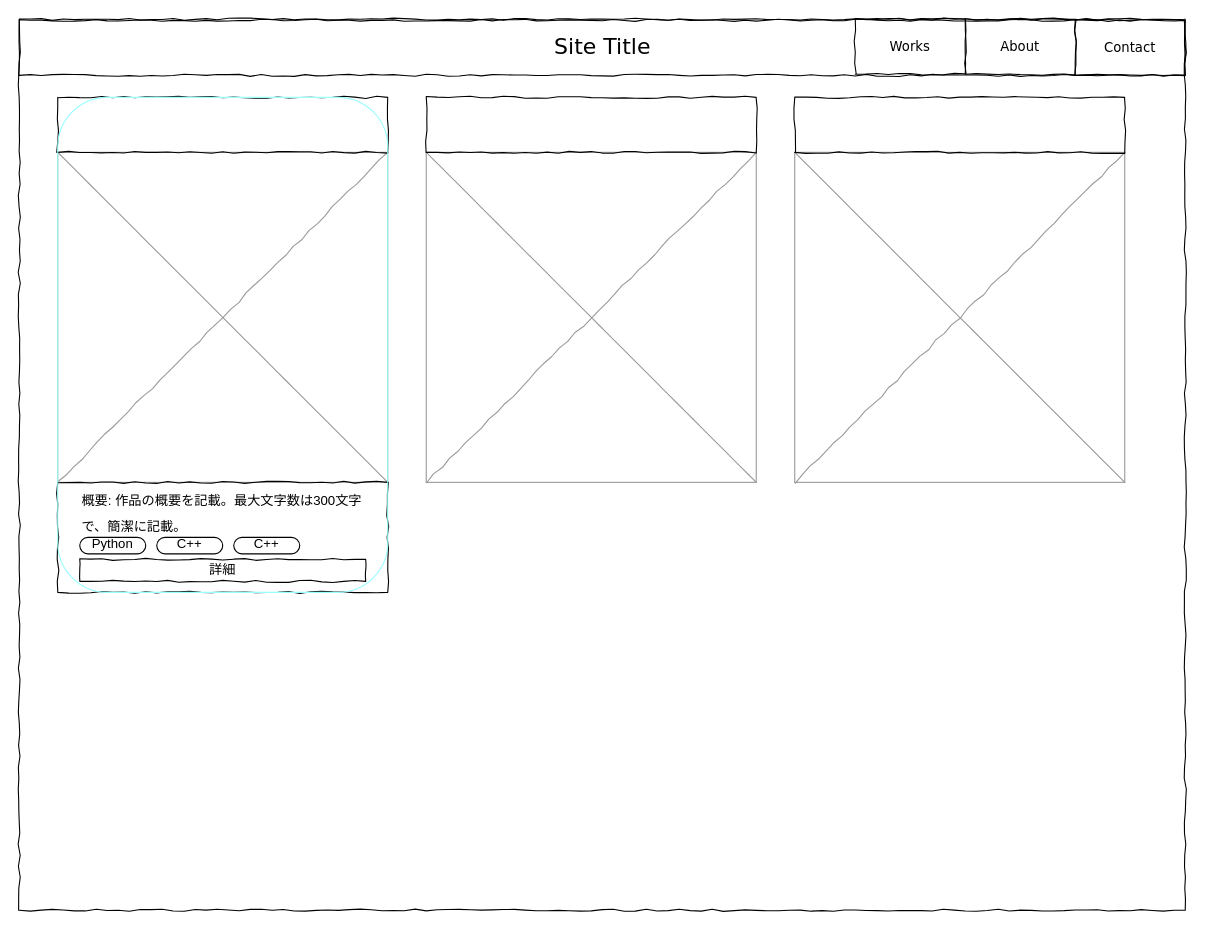
The draw.io diagram page "ページ2" (2 of 2) of documents/wireframe.drawio in kchihogi/portfolio, before the edit. Source tidied: cells renumbered, new cells numbered last; positions are measured from the earlier drawing's top-left corner, leaving out a move shared by most shapes. Both pictures are drawn from the tidied source at 110%, with x=0, y=0 at pixel (19, 19).
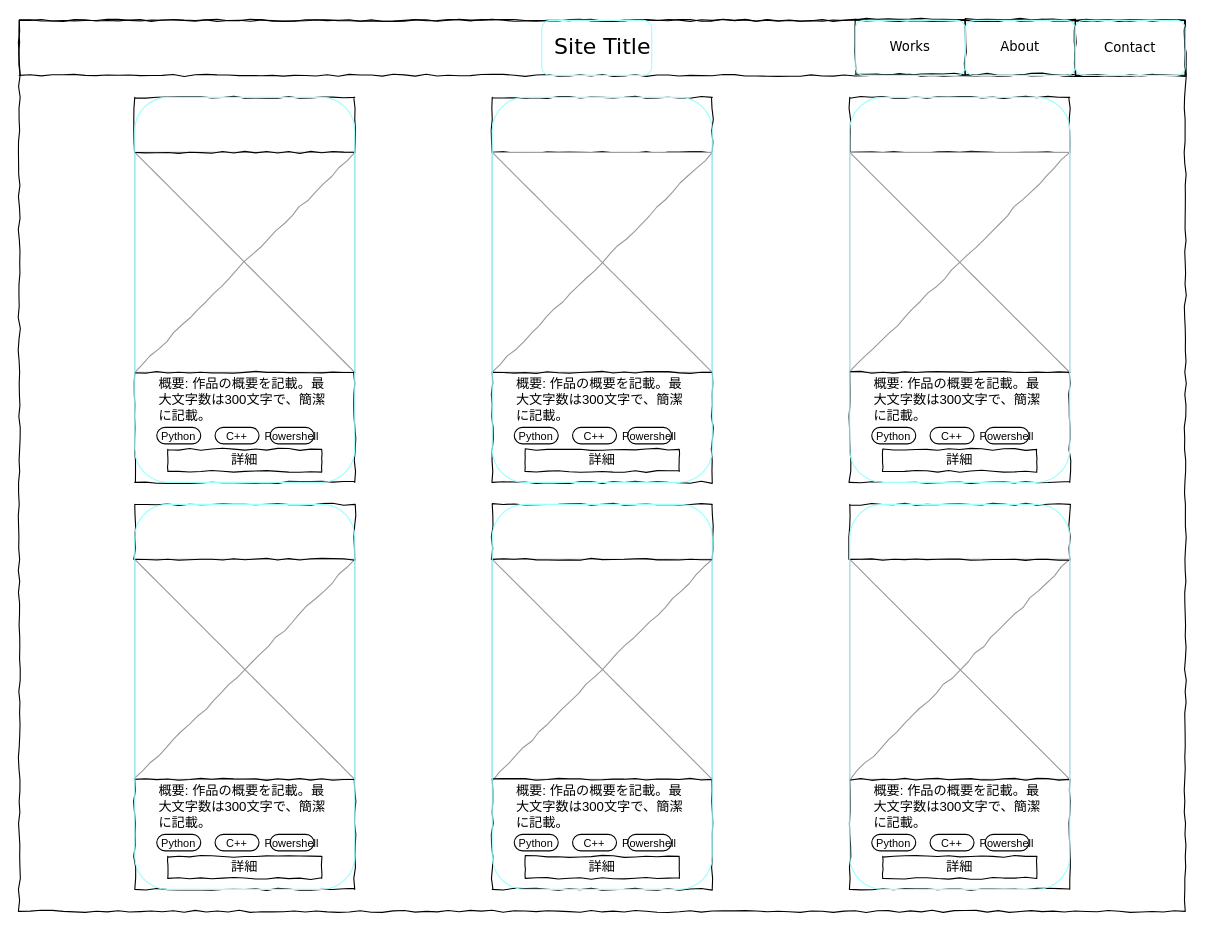
The same diagram, later.

What changed in the source:
```diff
@@
     <mxCell id="2" style="whiteSpace=wrap;html=1;rounded=0;shadow=0;labelBackgroundColor=none;strokeColor=#000000;strokeWidth=1;fillColor=none;fontFamily=Verdana;fontSize=12;fontColor=#000000;align=center;comic=1;" parent="1" vertex="1">
-      <mxGeometry width="1060" height="810" as="geometry" />
+      <mxGeometry y="1" width="1060" height="810" as="geometry" />
     </mxCell>
@@
     <mxCell id="8" style="verticalLabelPosition=bottom;shadow=0;dashed=0;align=center;html=1;verticalAlign=top;strokeWidth=1;shape=mxgraph.mockup.graphics.simpleIcon;strokeColor=#999999;rounded=0;labelBackgroundColor=none;fontFamily=Verdana;fontSize=14;fontColor=#000000;comic=1;" parent="1" vertex="1">
-      <mxGeometry x="35" y="121" width="300" height="300" as="geometry" />
+      <mxGeometry x="105" y="121" width="200" height="200" as="geometry" />
     </mxCell>
-    <mxCell id="9" style="verticalLabelPosition=bottom;shadow=0;dashed=0;align=center;html=1;verticalAlign=top;strokeWidth=1;shape=mxgraph.mockup.graphics.simpleIcon;strokeColor=#999999;rounded=0;labelBackgroundColor=none;fontFamily=Verdana;fontSize=14;fontColor=#000000;comic=1;" parent="1" vertex="1">
-      <mxGeometry x="705" y="121" width="300" height="300" as="geometry" />
-    </mxCell>
-    <mxCell id="10" style="verticalLabelPosition=bottom;shadow=0;dashed=0;align=center;html=1;verticalAlign=top;strokeWidth=1;shape=mxgraph.mockup.graphics.simpleIcon;strokeColor=#999999;rounded=0;labelBackgroundColor=none;fontFamily=Verdana;fontSize=14;fontColor=#000000;comic=1;" parent="1" vertex="1">
-      <mxGeometry x="370" y="121" width="300" height="300" as="geometry" />
-    </mxCell>
     <mxCell id="11" style="whiteSpace=wrap;html=1;rounded=0;shadow=0;labelBackgroundColor=none;strokeWidth=1;fillColor=none;fontFamily=Verdana;fontSize=12;align=center;comic=1;" parent="1" vertex="1">
-      <mxGeometry x="35" y="71" width="300" height="50" as="geometry" />
+      <mxGeometry x="105" y="71" width="200" height="50" as="geometry" />
     </mxCell>
-    <mxCell id="12" style="whiteSpace=wrap;html=1;rounded=0;shadow=0;labelBackgroundColor=none;strokeWidth=1;fillColor=none;fontFamily=Verdana;fontSize=12;align=center;comic=1;" parent="1" vertex="1">
-      <mxGeometry x="370" y="71" width="300" height="50" as="geometry" />
-    </mxCell>
     <mxCell id="13" style="whiteSpace=wrap;html=1;rounded=0;shadow=0;labelBackgroundColor=none;strokeWidth=1;fillColor=none;fontFamily=Verdana;fontSize=12;align=center;comic=1;" parent="1" vertex="1">
-      <mxGeometry x="705" y="71" width="300" height="50" as="geometry" />
+      <mxGeometry x="755" y="71" width="200" height="50" as="geometry" />
     </mxCell>
     <mxCell id="14" style="whiteSpace=wrap;html=1;rounded=0;shadow=0;labelBackgroundColor=none;strokeWidth=1;fillColor=none;fontFamily=Verdana;fontSize=12;align=center;comic=1;" parent="1" vertex="1">
-      <mxGeometry x="35" y="421" width="300" height="100" as="geometry" />
+      <mxGeometry x="105" y="321" width="200" height="100" as="geometry" />
     </mxCell>
     <mxCell id="15" value="詳細" style="whiteSpace=wrap;html=1;rounded=0;shadow=0;labelBackgroundColor=none;strokeWidth=1;fillColor=none;fontFamily=Verdana;fontSize=12;align=center;comic=1;" parent="1" vertex="1">
-      <mxGeometry x="55" y="491" width="260" height="20" as="geometry" />
+      <mxGeometry x="135" y="391" width="140" height="20" as="geometry" />
     </mxCell>
-    <mxCell id="16" value="&lt;font style=&quot;font-size: 12px&quot;&gt;Python&lt;/font&gt;" style="rounded=1;whiteSpace=wrap;html=1;fontSize=20;align=center;arcSize=50;imageHeight=24;verticalAlign=bottom;spacing=0;" parent="1" vertex="1">
-      <mxGeometry x="55" y="471" width="60" height="15" as="geometry" />
+    <mxCell id="16" value="Powershell" style="rounded=1;fontSize=10;align=center;arcSize=50;imageHeight=24;verticalAlign=bottom;spacing=0;" parent="1" vertex="1">
+      <mxGeometry x="228" y="371" width="40" height="15" as="geometry" />
     </mxCell>
-    <mxCell id="17" value="&lt;font style=&quot;font-size: 12px&quot;&gt;C++&lt;/font&gt;" style="rounded=1;whiteSpace=wrap;html=1;fontSize=20;align=center;arcSize=50;imageHeight=24;verticalAlign=bottom;spacing=0;" parent="1" vertex="1">
-      <mxGeometry x="125" y="471" width="60" height="15" as="geometry" />
-    </mxCell>
-    <mxCell id="18" value="&lt;font style=&quot;font-size: 12px&quot;&gt;C++&lt;/font&gt;" style="rounded=1;whiteSpace=wrap;html=1;fontSize=20;align=center;arcSize=50;imageHeight=24;verticalAlign=bottom;spacing=0;" parent="1" vertex="1">
-      <mxGeometry x="195" y="471" width="60" height="15" as="geometry" />
-    </mxCell>
-    <mxCell id="19" value="&lt;font style=&quot;font-size: 12px&quot;&gt;概要: 作品の概要を記載。最大文字数は300文字で、簡潔に記載。&lt;/font&gt;" style="text;html=1;strokeColor=none;fillColor=none;align=left;verticalAlign=middle;whiteSpace=wrap;rounded=0;fontSize=20;" parent="1" vertex="1">
-      <mxGeometry x="55" y="421" width="260" height="50" as="geometry" />
+    <mxCell id="19" value="概要: 作品の概要を記載。最大文字数は300文字で、簡潔に記載。" style="text;strokeColor=none;fillColor=none;align=left;verticalAlign=middle;rounded=0;fontSize=12;whiteSpace=wrap;" parent="1" vertex="1">
+      <mxGeometry x="125" y="321" width="160" height="50" as="geometry" />
     </mxCell>
-    <mxCell id="20" style="rounded=1;whiteSpace=wrap;html=1;fontSize=20;align=left;strokeColor=#99FFFF;fillColor=none;" parent="1" vertex="1">
-      <mxGeometry x="35" y="71" width="300" height="450" as="geometry" />
-    </mxCell>
+    <mxCell id="21" style="whiteSpace=wrap;html=1;rounded=0;shadow=0;labelBackgroundColor=none;strokeWidth=1;fillColor=none;fontFamily=Verdana;fontSize=12;align=center;comic=1;" parent="1" vertex="1">
+      <mxGeometry x="430" y="71" width="200" height="50" as="geometry" />
+    </mxCell>
+    <mxCell id="22" style="verticalLabelPosition=bottom;shadow=0;dashed=0;align=center;html=1;verticalAlign=top;strokeWidth=1;shape=mxgraph.mockup.graphics.simpleIcon;strokeColor=#999999;rounded=0;labelBackgroundColor=none;fontFamily=Verdana;fontSize=14;fontColor=#000000;comic=1;" parent="1" vertex="1">
+      <mxGeometry x="430" y="121" width="200" height="200" as="geometry" />
+    </mxCell>
+    <mxCell id="23" style="verticalLabelPosition=bottom;shadow=0;dashed=0;align=center;html=1;verticalAlign=top;strokeWidth=1;shape=mxgraph.mockup.graphics.simpleIcon;strokeColor=#999999;rounded=0;labelBackgroundColor=none;fontFamily=Verdana;fontSize=14;fontColor=#000000;comic=1;" parent="1" vertex="1">
+      <mxGeometry x="755" y="121" width="200" height="200" as="geometry" />
+    </mxCell>
+    <mxCell id="24" style="verticalLabelPosition=bottom;shadow=0;dashed=0;align=center;html=1;verticalAlign=top;strokeWidth=1;shape=mxgraph.mockup.graphics.simpleIcon;strokeColor=#999999;rounded=0;labelBackgroundColor=none;fontFamily=Verdana;fontSize=14;fontColor=#000000;comic=1;" parent="1" vertex="1">
+      <mxGeometry x="105" y="491" width="200" height="200" as="geometry" />
+    </mxCell>
+    <mxCell id="25" style="whiteSpace=wrap;html=1;rounded=0;shadow=0;labelBackgroundColor=none;strokeWidth=1;fillColor=none;fontFamily=Verdana;fontSize=12;align=center;comic=1;" parent="1" vertex="1">
+      <mxGeometry x="105" y="441" width="200" height="50" as="geometry" />
+    </mxCell>
+    <mxCell id="26" style="whiteSpace=wrap;html=1;rounded=0;shadow=0;labelBackgroundColor=none;strokeWidth=1;fillColor=none;fontFamily=Verdana;fontSize=12;align=center;comic=1;" parent="1" vertex="1">
+      <mxGeometry x="105" y="691" width="200" height="100" as="geometry" />
+    </mxCell>
+    <mxCell id="27" style="whiteSpace=wrap;html=1;rounded=0;shadow=0;labelBackgroundColor=none;strokeWidth=1;fillColor=none;fontFamily=Verdana;fontSize=12;align=center;comic=1;" parent="1" vertex="1">
+      <mxGeometry x="430" y="321" width="200" height="100" as="geometry" />
+    </mxCell>
+    <mxCell id="28" style="whiteSpace=wrap;html=1;rounded=0;shadow=0;labelBackgroundColor=none;strokeWidth=1;fillColor=none;fontFamily=Verdana;fontSize=12;align=center;comic=1;" parent="1" vertex="1">
+      <mxGeometry x="755" y="321" width="200" height="100" as="geometry" />
+    </mxCell>
+    <mxCell id="29" value="C++" style="rounded=1;fontSize=10;align=center;arcSize=50;imageHeight=24;verticalAlign=bottom;spacing=0;" parent="1" vertex="1">
+      <mxGeometry x="178" y="371" width="40" height="15" as="geometry" />
+    </mxCell>
+    <mxCell id="30" value="Python" style="rounded=1;fontSize=10;align=center;arcSize=50;imageHeight=24;verticalAlign=bottom;spacing=0;" parent="1" vertex="1">
+      <mxGeometry x="125" y="371" width="40" height="15" as="geometry" />
+    </mxCell>
+    <mxCell id="31" value="詳細" style="whiteSpace=wrap;html=1;rounded=0;shadow=0;labelBackgroundColor=none;strokeWidth=1;fillColor=none;fontFamily=Verdana;fontSize=12;align=center;comic=1;" parent="1" vertex="1">
+      <mxGeometry x="460" y="391" width="140" height="20" as="geometry" />
+    </mxCell>
+    <mxCell id="32" value="詳細" style="whiteSpace=wrap;html=1;rounded=0;shadow=0;labelBackgroundColor=none;strokeWidth=1;fillColor=none;fontFamily=Verdana;fontSize=12;align=center;comic=1;" parent="1" vertex="1">
+      <mxGeometry x="785" y="391" width="140" height="20" as="geometry" />
+    </mxCell>
+    <mxCell id="33" value="詳細" style="whiteSpace=wrap;html=1;rounded=0;shadow=0;labelBackgroundColor=none;strokeWidth=1;fillColor=none;fontFamily=Verdana;fontSize=12;align=center;comic=1;" parent="1" vertex="1">
+      <mxGeometry x="135" y="761" width="140" height="20" as="geometry" />
+    </mxCell>
+    <mxCell id="34" value="Powershell" style="rounded=1;fontSize=10;align=center;arcSize=50;imageHeight=24;verticalAlign=bottom;spacing=0;" parent="1" vertex="1">
+      <mxGeometry x="553" y="371" width="40" height="15" as="geometry" />
+    </mxCell>
+    <mxCell id="35" value="概要: 作品の概要を記載。最大文字数は300文字で、簡潔に記載。" style="text;strokeColor=none;fillColor=none;align=left;verticalAlign=middle;rounded=0;fontSize=12;whiteSpace=wrap;" parent="1" vertex="1">
+      <mxGeometry x="450" y="321" width="160" height="50" as="geometry" />
+    </mxCell>
+    <mxCell id="36" value="C++" style="rounded=1;fontSize=10;align=center;arcSize=50;imageHeight=24;verticalAlign=bottom;spacing=0;" parent="1" vertex="1">
+      <mxGeometry x="503" y="371" width="40" height="15" as="geometry" />
+    </mxCell>
+    <mxCell id="37" value="Python" style="rounded=1;fontSize=10;align=center;arcSize=50;imageHeight=24;verticalAlign=bottom;spacing=0;" parent="1" vertex="1">
+      <mxGeometry x="450" y="371" width="40" height="15" as="geometry" />
+    </mxCell>
+    <mxCell id="38" value="Powershell" style="rounded=1;fontSize=10;align=center;arcSize=50;imageHeight=24;verticalAlign=bottom;spacing=0;" parent="1" vertex="1">
+      <mxGeometry x="878" y="371" width="40" height="15" as="geometry" />
+    </mxCell>
+    <mxCell id="39" value="概要: 作品の概要を記載。最大文字数は300文字で、簡潔に記載。" style="text;strokeColor=none;fillColor=none;align=left;verticalAlign=middle;rounded=0;fontSize=12;whiteSpace=wrap;" parent="1" vertex="1">
+      <mxGeometry x="775" y="321" width="160" height="50" as="geometry" />
+    </mxCell>
+    <mxCell id="40" value="C++" style="rounded=1;fontSize=10;align=center;arcSize=50;imageHeight=24;verticalAlign=bottom;spacing=0;" parent="1" vertex="1">
+      <mxGeometry x="828" y="371" width="40" height="15" as="geometry" />
+    </mxCell>
+    <mxCell id="41" value="Python" style="rounded=1;fontSize=10;align=center;arcSize=50;imageHeight=24;verticalAlign=bottom;spacing=0;" parent="1" vertex="1">
+      <mxGeometry x="775" y="371" width="40" height="15" as="geometry" />
+    </mxCell>
+    <mxCell id="42" value="Powershell" style="rounded=1;fontSize=10;align=center;arcSize=50;imageHeight=24;verticalAlign=bottom;spacing=0;" parent="1" vertex="1">
+      <mxGeometry x="228" y="741" width="40" height="15" as="geometry" />
+    </mxCell>
+    <mxCell id="43" value="概要: 作品の概要を記載。最大文字数は300文字で、簡潔に記載。" style="text;strokeColor=none;fillColor=none;align=left;verticalAlign=middle;rounded=0;fontSize=12;whiteSpace=wrap;" parent="1" vertex="1">
+      <mxGeometry x="125" y="691" width="160" height="50" as="geometry" />
+    </mxCell>
+    <mxCell id="44" value="C++" style="rounded=1;fontSize=10;align=center;arcSize=50;imageHeight=24;verticalAlign=bottom;spacing=0;" parent="1" vertex="1">
+      <mxGeometry x="178" y="741" width="40" height="15" as="geometry" />
+    </mxCell>
+    <mxCell id="45" value="Python" style="rounded=1;fontSize=10;align=center;arcSize=50;imageHeight=24;verticalAlign=bottom;spacing=0;" parent="1" vertex="1">
+      <mxGeometry x="125" y="741" width="40" height="15" as="geometry" />
+    </mxCell>
+    <mxCell id="46" style="verticalLabelPosition=bottom;shadow=0;dashed=0;align=center;html=1;verticalAlign=top;strokeWidth=1;shape=mxgraph.mockup.graphics.simpleIcon;strokeColor=#999999;rounded=0;labelBackgroundColor=none;fontFamily=Verdana;fontSize=14;fontColor=#000000;comic=1;" parent="1" vertex="1">
+      <mxGeometry x="430" y="491" width="200" height="200" as="geometry" />
+    </mxCell>
+    <mxCell id="47" style="whiteSpace=wrap;html=1;rounded=0;shadow=0;labelBackgroundColor=none;strokeWidth=1;fillColor=none;fontFamily=Verdana;fontSize=12;align=center;comic=1;" parent="1" vertex="1">
+      <mxGeometry x="430" y="441" width="200" height="50" as="geometry" />
+    </mxCell>
+    <mxCell id="48" style="whiteSpace=wrap;html=1;rounded=0;shadow=0;labelBackgroundColor=none;strokeWidth=1;fillColor=none;fontFamily=Verdana;fontSize=12;align=center;comic=1;" parent="1" vertex="1">
+      <mxGeometry x="430" y="691" width="200" height="100" as="geometry" />
+    </mxCell>
+    <mxCell id="49" value="詳細" style="whiteSpace=wrap;html=1;rounded=0;shadow=0;labelBackgroundColor=none;strokeWidth=1;fillColor=none;fontFamily=Verdana;fontSize=12;align=center;comic=1;" parent="1" vertex="1">
+      <mxGeometry x="460" y="761" width="140" height="20" as="geometry" />
+    </mxCell>
+    <mxCell id="50" value="Powershell" style="rounded=1;fontSize=10;align=center;arcSize=50;imageHeight=24;verticalAlign=bottom;spacing=0;" parent="1" vertex="1">
+      <mxGeometry x="553" y="741" width="40" height="15" as="geometry" />
+    </mxCell>
+    <mxCell id="51" value="概要: 作品の概要を記載。最大文字数は300文字で、簡潔に記載。" style="text;strokeColor=none;fillColor=none;align=left;verticalAlign=middle;rounded=0;fontSize=12;whiteSpace=wrap;" parent="1" vertex="1">
+      <mxGeometry x="450" y="691" width="160" height="50" as="geometry" />
+    </mxCell>
+    <mxCell id="52" value="C++" style="rounded=1;fontSize=10;align=center;arcSize=50;imageHeight=24;verticalAlign=bottom;spacing=0;" parent="1" vertex="1">
+      <mxGeometry x="503" y="741" width="40" height="15" as="geometry" />
+    </mxCell>
+    <mxCell id="53" value="Python" style="rounded=1;fontSize=10;align=center;arcSize=50;imageHeight=24;verticalAlign=bottom;spacing=0;" parent="1" vertex="1">
+      <mxGeometry x="450" y="741" width="40" height="15" as="geometry" />
+    </mxCell>
+    <mxCell id="54" style="verticalLabelPosition=bottom;shadow=0;dashed=0;align=center;html=1;verticalAlign=top;strokeWidth=1;shape=mxgraph.mockup.graphics.simpleIcon;strokeColor=#999999;rounded=0;labelBackgroundColor=none;fontFamily=Verdana;fontSize=14;fontColor=#000000;comic=1;" parent="1" vertex="1">
+      <mxGeometry x="755" y="491" width="200" height="200" as="geometry" />
+    </mxCell>
+    <mxCell id="55" style="whiteSpace=wrap;html=1;rounded=0;shadow=0;labelBackgroundColor=none;strokeWidth=1;fillColor=none;fontFamily=Verdana;fontSize=12;align=center;comic=1;" parent="1" vertex="1">
+      <mxGeometry x="755" y="441" width="200" height="50" as="geometry" />
+    </mxCell>
+    <mxCell id="56" style="whiteSpace=wrap;html=1;rounded=0;shadow=0;labelBackgroundColor=none;strokeWidth=1;fillColor=none;fontFamily=Verdana;fontSize=12;align=center;comic=1;" parent="1" vertex="1">
+      <mxGeometry x="755" y="691" width="200" height="100" as="geometry" />
+    </mxCell>
+    <mxCell id="57" value="詳細" style="whiteSpace=wrap;html=1;rounded=0;shadow=0;labelBackgroundColor=none;strokeWidth=1;fillColor=none;fontFamily=Verdana;fontSize=12;align=center;comic=1;" parent="1" vertex="1">
+      <mxGeometry x="785" y="761" width="140" height="20" as="geometry" />
+    </mxCell>
+    <mxCell id="58" value="Powershell" style="rounded=1;fontSize=10;align=center;arcSize=50;imageHeight=24;verticalAlign=bottom;spacing=0;" parent="1" vertex="1">
+      <mxGeometry x="878" y="741" width="40" height="15" as="geometry" />
+    </mxCell>
+    <mxCell id="59" value="概要: 作品の概要を記載。最大文字数は300文字で、簡潔に記載。" style="text;strokeColor=none;fillColor=none;align=left;verticalAlign=middle;rounded=0;fontSize=12;whiteSpace=wrap;" parent="1" vertex="1">
+      <mxGeometry x="775" y="691" width="160" height="50" as="geometry" />
+    </mxCell>
+    <mxCell id="60" value="C++" style="rounded=1;fontSize=10;align=center;arcSize=50;imageHeight=24;verticalAlign=bottom;spacing=0;" parent="1" vertex="1">
+      <mxGeometry x="828" y="741" width="40" height="15" as="geometry" />
+    </mxCell>
+    <mxCell id="61" value="Python" style="rounded=1;fontSize=10;align=center;arcSize=50;imageHeight=24;verticalAlign=bottom;spacing=0;" parent="1" vertex="1">
+      <mxGeometry x="775" y="741" width="40" height="15" as="geometry" />
+    </mxCell>
+    <mxCell id="62" parent="0" />
+    <mxCell id="63" style="rounded=1;whiteSpace=wrap;html=1;fontSize=20;align=left;strokeColor=#99FFFF;fillColor=none;" parent="62" vertex="1">
+      <mxGeometry x="105" y="71" width="200" height="350" as="geometry" />
+    </mxCell>
+    <mxCell id="64" style="rounded=1;whiteSpace=wrap;html=1;fontSize=20;align=left;strokeColor=#99FFFF;fillColor=none;" parent="62" vertex="1">
+      <mxGeometry x="430" y="71" width="200" height="350" as="geometry" />
+    </mxCell>
+    <mxCell id="65" style="rounded=1;whiteSpace=wrap;html=1;fontSize=20;align=left;strokeColor=#99FFFF;fillColor=none;" parent="62" vertex="1">
+      <mxGeometry x="755" y="71" width="200" height="350" as="geometry" />
+    </mxCell>
+    <mxCell id="66" style="rounded=1;whiteSpace=wrap;html=1;fontSize=20;align=left;strokeColor=#99FFFF;fillColor=none;" parent="62" vertex="1">
+      <mxGeometry x="105" y="441" width="200" height="350" as="geometry" />
+    </mxCell>
+    <mxCell id="67" style="rounded=1;whiteSpace=wrap;html=1;fontSize=20;align=left;strokeColor=#99FFFF;fillColor=none;" parent="62" vertex="1">
+      <mxGeometry x="430" y="441" width="200" height="350" as="geometry" />
+    </mxCell>
+    <mxCell id="68" style="rounded=1;whiteSpace=wrap;html=1;fontSize=20;align=left;strokeColor=#99FFFF;fillColor=none;" parent="62" vertex="1">
+      <mxGeometry x="755" y="441" width="200" height="350" as="geometry" />
+    </mxCell>
+    <mxCell id="69" style="rounded=1;whiteSpace=wrap;html=1;fontSize=20;align=left;strokeColor=#99FFFF;fillColor=none;" parent="62" vertex="1">
+      <mxGeometry x="960" y="1" width="100" height="50" as="geometry" />
+    </mxCell>
+    <mxCell id="70" style="rounded=1;whiteSpace=wrap;html=1;fontSize=20;align=left;strokeColor=#99FFFF;fillColor=none;" parent="62" vertex="1">
+      <mxGeometry x="860" y="1" width="100" height="50" as="geometry" />
+    </mxCell>
+    <mxCell id="71" style="rounded=1;whiteSpace=wrap;html=1;fontSize=20;align=left;strokeColor=#99FFFF;fillColor=none;" parent="62" vertex="1">
+      <mxGeometry x="760" y="1" width="100" height="50" as="geometry" />
+    </mxCell>
+    <mxCell id="72" style="rounded=1;whiteSpace=wrap;html=1;fontSize=20;align=left;strokeColor=#99FFFF;fillColor=none;" parent="62" vertex="1">
+      <mxGeometry x="475" y="1" width="100" height="50" as="geometry" />
+    </mxCell>
```
